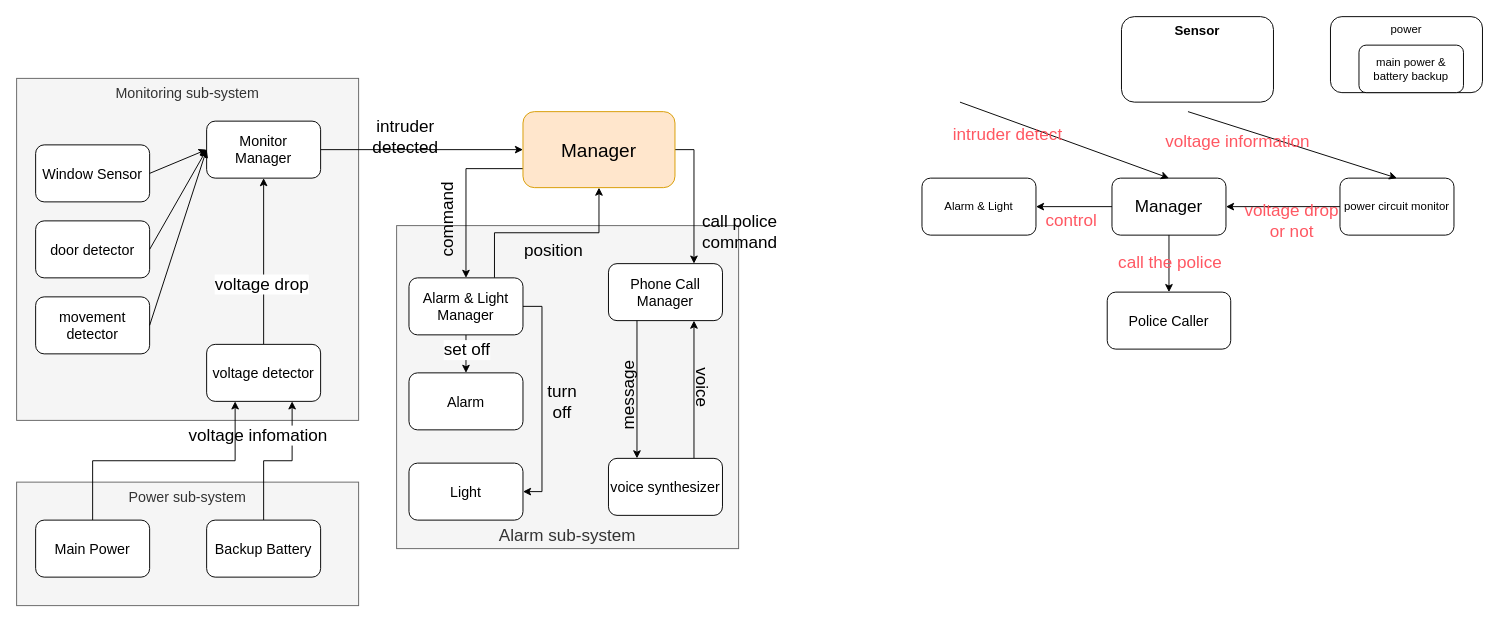
Above: page "第 1 页 的副本" (2 of 2) of drawio/软件设计2.drawio in hyperv0id/Pictures (draw.io), before the change. Source tidied: cells renumbered, new cells numbered last; positions are measured from the earlier drawing's top-left corner, leaving out a move shared by most shapes. Both pictures are drawn from the tidied source at 95%, with x=0, y=0 at pixel (16, 16).
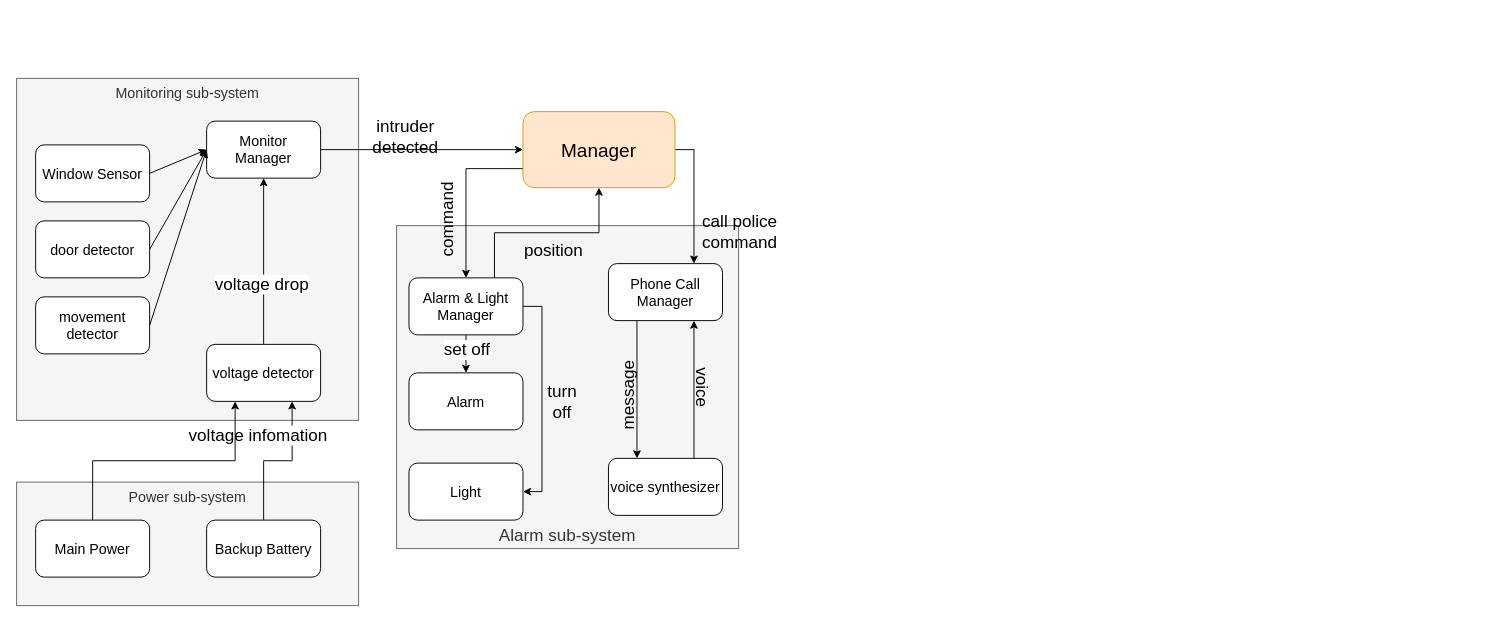
The same page after the edit.

Commit message (it also covers changes not shown here):
更新软件设计2.drawio

The edit, as a diff of the source:
```diff
@@
-    <mxCell id="4" value="&lt;b&gt;&lt;font style=&quot;font-size: 14px;&quot;&gt;Sensor&lt;/font&gt;&lt;/b&gt;" style="rounded=1;whiteSpace=wrap;html=1;horizontal=1;verticalAlign=top;" parent="1" vertex="1">
-      <mxGeometry x="1163" width="160" height="90" as="geometry" />
-    </mxCell>
-    <mxCell id="5" value="&lt;font style=&quot;font-size: 18px;&quot;&gt;Manager&lt;/font&gt;" style="rounded=1;whiteSpace=wrap;html=1;" parent="1" vertex="1">
-      <mxGeometry x="1153" y="170" width="120" height="60" as="geometry" />
-    </mxCell>
-    <mxCell id="6" value="power" style="rounded=1;whiteSpace=wrap;html=1;verticalAlign=top;" parent="1" vertex="1">
-      <mxGeometry x="1383" width="160" height="80" as="geometry" />
-    </mxCell>
-    <mxCell id="7" value="main power &amp;amp; battery backup" style="rounded=1;whiteSpace=wrap;html=1;" parent="1" vertex="1">
-      <mxGeometry x="1413" y="30" width="110" height="50" as="geometry" />
-    </mxCell>
-    <mxCell id="8" value="power circuit monitor" style="rounded=1;whiteSpace=wrap;html=1;" parent="1" vertex="1">
-      <mxGeometry x="1393" y="170" width="120" height="60" as="geometry" />
-    </mxCell>
-    <mxCell id="9" value="Alarm &amp;amp; Light" style="rounded=1;whiteSpace=wrap;html=1;" parent="1" vertex="1">
-      <mxGeometry x="953" y="170" width="120" height="60" as="geometry" />
-    </mxCell>
-    <mxCell id="10" style="endArrow=classic;html=1;rounded=0;fontSize=18;entryX=0.5;entryY=0;entryDx=0;entryDy=0;" parent="1" edge="1" target="5">
-      <mxGeometry relative="1" as="geometry">
-        <mxPoint x="993" y="90" as="sourcePoint" />
-      </mxGeometry>
-    </mxCell>
-    <mxCell id="11" value="&lt;span style=&quot;color: rgb(255, 87, 98);&quot;&gt;intruder&amp;nbsp;&lt;/span&gt;&lt;font color=&quot;#ff5762&quot;&gt;detect&lt;/font&gt;" style="edgeLabel;html=1;align=center;verticalAlign=middle;fontSize=18;labelBackgroundColor=none;" parent="10" vertex="1">
-      <mxGeometry x="-0.56" y="-1" relative="1" as="geometry">
-        <mxPoint x="1" y="15" as="offset" />
-      </mxGeometry>
-    </mxCell>
-    <mxCell id="12" style="endArrow=classic;html=1;rounded=0;fontSize=18;entryX=1;entryY=0.5;entryDx=0;entryDy=0;exitX=0;exitY=0.5;exitDx=0;exitDy=0;fillColor=none;" parent="1" edge="1" source="8" target="5">
-      <mxGeometry relative="1" as="geometry" />
-    </mxCell>
-    <mxCell id="13" value="&lt;font color=&quot;#ff5762&quot;&gt;voltage drop&lt;br&gt;or not&lt;br&gt;&lt;/font&gt;" style="edgeLabel;html=1;align=center;verticalAlign=middle;fontSize=18;labelBackgroundColor=none;" parent="12" vertex="1">
-      <mxGeometry x="-0.56" y="-1" relative="1" as="geometry">
-        <mxPoint x="-26" y="15" as="offset" />
-      </mxGeometry>
-    </mxCell>
-    <mxCell id="14" style="endArrow=classic;html=1;rounded=0;fontSize=18;entryX=0.5;entryY=0;entryDx=0;entryDy=0;" parent="1" edge="1" target="8">
-      <mxGeometry relative="1" as="geometry">
-        <mxPoint x="1233" y="100" as="sourcePoint" />
-      </mxGeometry>
-    </mxCell>
-    <mxCell id="15" value="&lt;font color=&quot;#ff5762&quot;&gt;voltage information&lt;/font&gt;" style="edgeLabel;html=1;align=center;verticalAlign=middle;fontSize=18;labelBackgroundColor=none;" parent="14" vertex="1">
-      <mxGeometry x="-0.56" y="-1" relative="1" as="geometry">
-        <mxPoint x="3" y="15" as="offset" />
-      </mxGeometry>
-    </mxCell>
-    <mxCell id="16" value="&lt;font style=&quot;font-size: 15px;&quot;&gt;Police Caller&lt;/font&gt;" style="rounded=1;whiteSpace=wrap;html=1;verticalAlign=middle;" parent="1" vertex="1">
-      <mxGeometry x="1148" y="290" width="130" height="60" as="geometry" />
-    </mxCell>
-    <mxCell id="17" style="endArrow=classic;html=1;rounded=0;fontSize=18;entryX=1;entryY=0.5;entryDx=0;entryDy=0;exitX=0;exitY=0.5;exitDx=0;exitDy=0;" parent="1" edge="1" source="5" target="9">
-      <mxGeometry relative="1" as="geometry" />
-    </mxCell>
-    <mxCell id="18" value="&lt;font color=&quot;#ff5762&quot;&gt;control&lt;/font&gt;" style="edgeLabel;html=1;align=center;verticalAlign=middle;fontSize=18;labelBackgroundColor=none;" parent="17" vertex="1">
-      <mxGeometry x="-0.56" y="-1" relative="1" as="geometry">
-        <mxPoint x="-26" y="15" as="offset" />
-      </mxGeometry>
-    </mxCell>
-    <mxCell id="19" style="endArrow=classic;html=1;rounded=0;fontSize=18;entryX=0.5;entryY=0;entryDx=0;entryDy=0;exitX=0.5;exitY=1;exitDx=0;exitDy=0;" parent="1" edge="1" source="5" target="16">
-      <mxGeometry relative="1" as="geometry" />
-    </mxCell>
-    <mxCell id="20" value="&lt;font color=&quot;#ff5762&quot;&gt;call the police&lt;/font&gt;" style="edgeLabel;html=1;align=center;verticalAlign=middle;fontSize=18;labelBackgroundColor=none;" parent="19" vertex="1">
-      <mxGeometry x="-0.56" y="-1" relative="1" as="geometry">
-        <mxPoint x="1" y="15" as="offset" />
-      </mxGeometry>
-    </mxCell>
```
